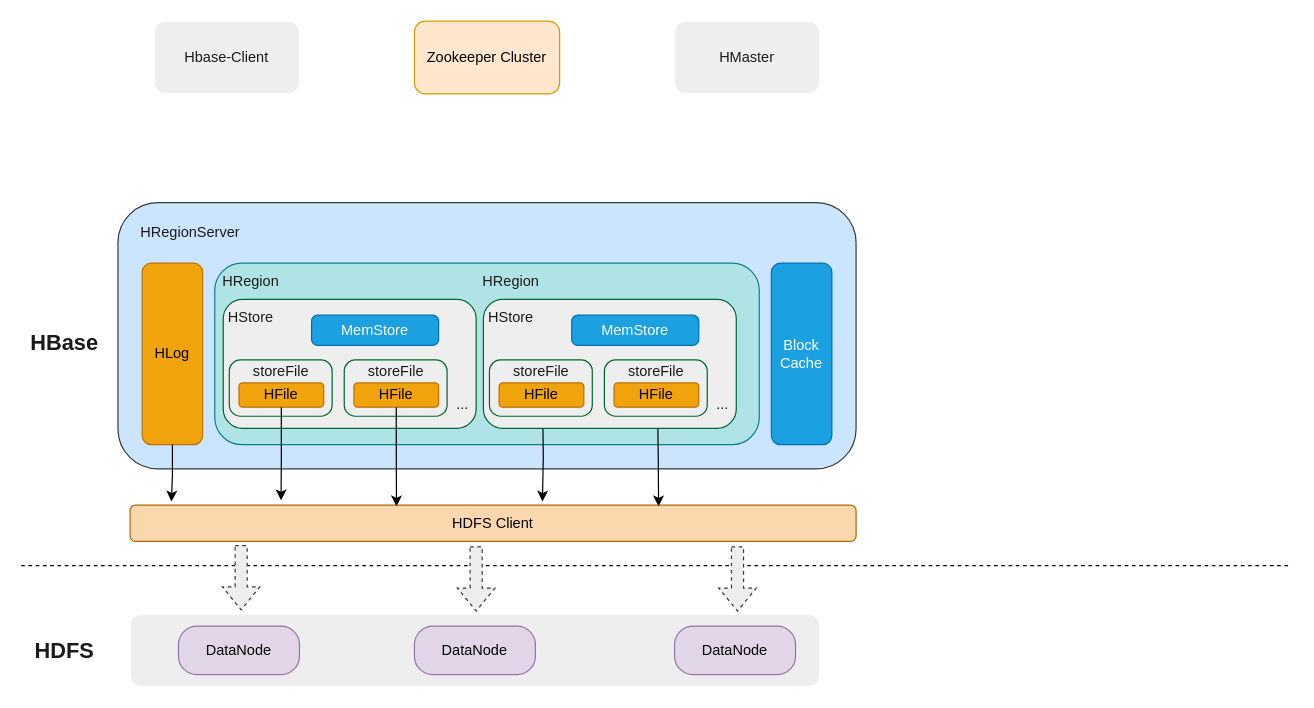
GuanN1ng/diagrams keeps this draw.io diagram as com.guann1n9.diagrams/hbase/hbase_arc.drawio. Above is the earlier version. Source tidied: cells renumbered, new cells numbered last; positions are measured from the earlier drawing's top-left corner, leaving out a move shared by most shapes. Both pictures are drawn from the tidied source at 121%, with x=0, y=0 at pixel (21, 21).
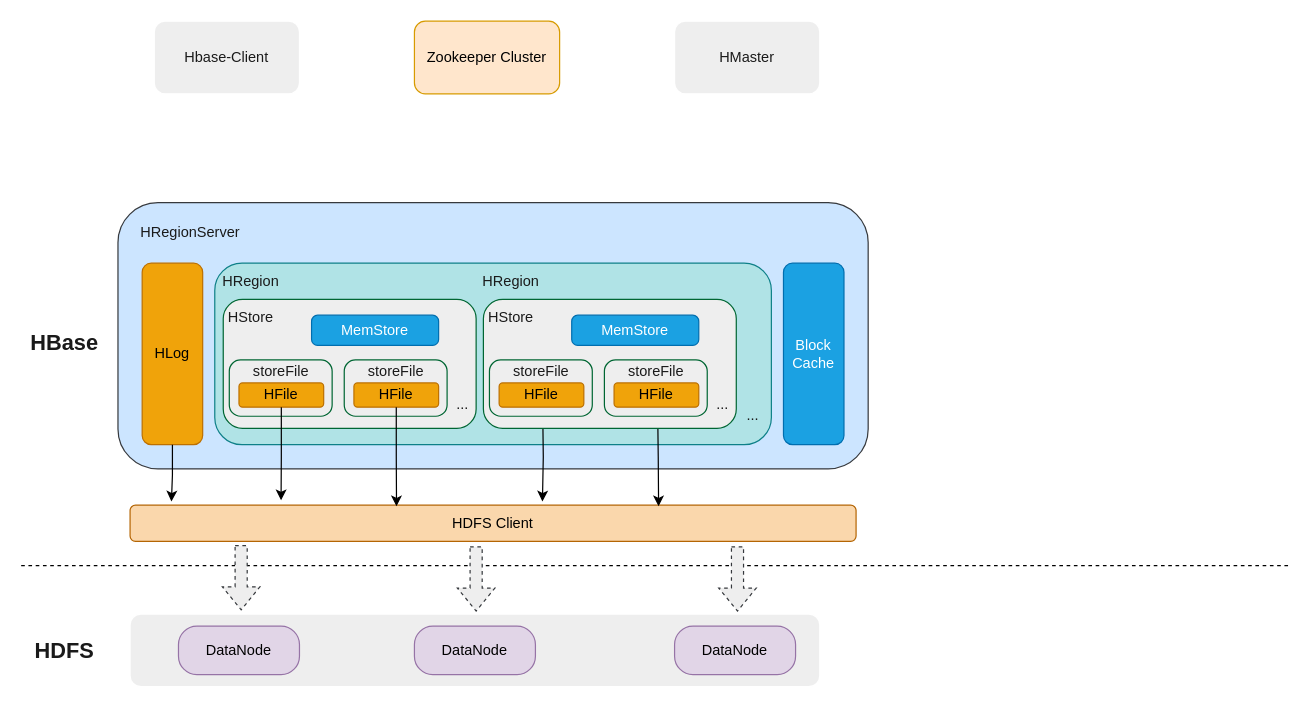
The same page after the edit.

The edit, as a diff of the source:
```diff
@@
     <mxCell id="5" style="rounded=1;whiteSpace=wrap;html=1;fillColor=#cce5ff;strokeColor=#36393d;labelBackgroundColor=none;" parent="1" vertex="1">
-      <mxGeometry x="80" y="150" width="610" height="220" as="geometry" />
+      <mxGeometry x="80" y="150" width="620" height="220" as="geometry" />
     </mxCell>
@@
     <mxCell id="8" value="Block&lt;br&gt;Cache" style="rounded=1;whiteSpace=wrap;html=1;fillColor=#1ba1e2;strokeColor=#006EAF;labelBackgroundColor=none;fontColor=#ffffff;" parent="1" vertex="1">
-      <mxGeometry x="620" y="200" width="50" height="150" as="geometry" />
+      <mxGeometry x="630" y="200" width="50" height="150" as="geometry" />
     </mxCell>
     <mxCell id="9" style="rounded=1;whiteSpace=wrap;html=1;fillColor=#b0e3e6;strokeColor=#0e8088;labelBackgroundColor=none;" parent="1" vertex="1">
-      <mxGeometry x="160" y="200" width="450" height="150" as="geometry" />
+      <mxGeometry x="160" y="200" width="460" height="150" as="geometry" />
     </mxCell>
@@
+    <mxCell id="49" value="..." style="text;html=1;strokeColor=none;fillColor=none;align=center;verticalAlign=middle;whiteSpace=wrap;rounded=0;fontColor=#1A1A1A;" parent="1" vertex="1">
+      <mxGeometry x="575" y="311" width="60" height="30" as="geometry" />
+    </mxCell>
```
